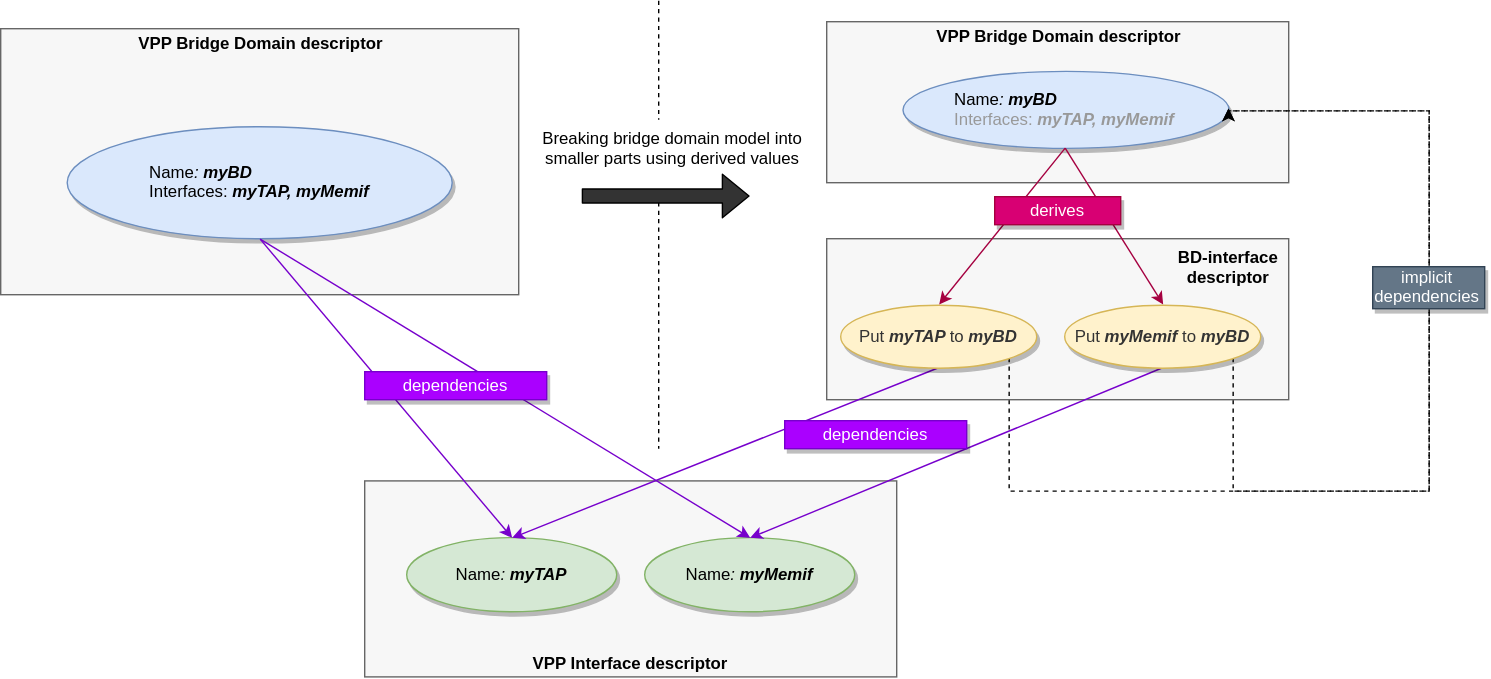
The draw.io diagram docs/kvscheduler/img/derived-values.svg in ligato/vpp-agent, before a commit. Source tidied: cells renumbered, new cells last; positions are measured from the earlier drawing's top-left corner, leaving out a move shared by most shapes.
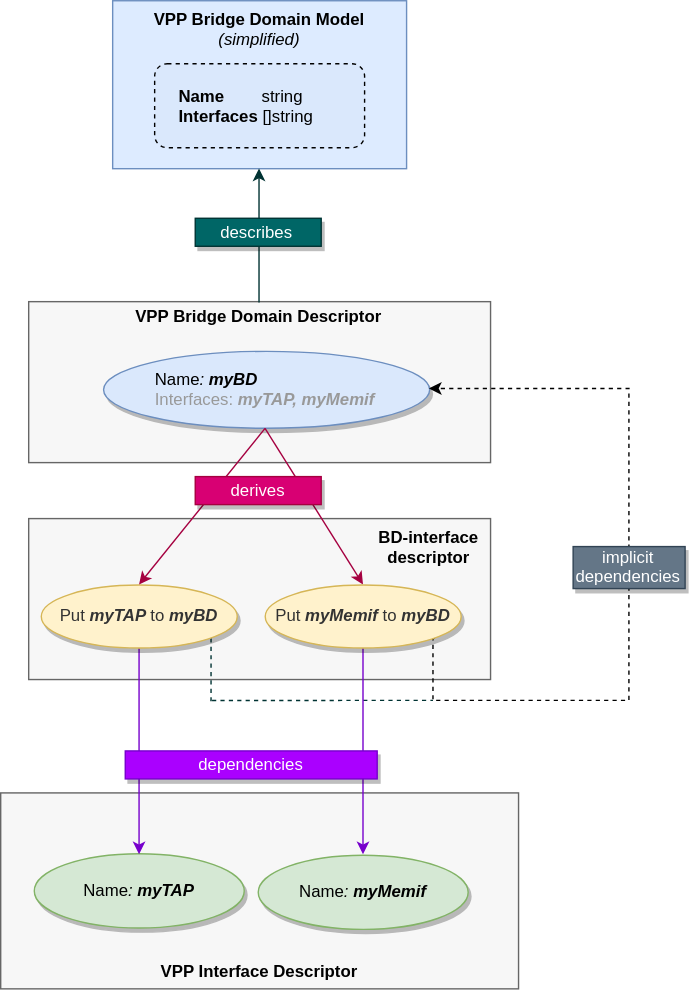
The same file after the commit.

Commit message:
Redraw diagram for derived values

Diff of the diagram source:
```diff
@@ -2,69 +2,50 @@
   <root>
     <mxCell id="0" />
     <mxCell id="1" parent="0" />
-    <mxCell id="2" style="endArrow=none;dashed=1;html=1;strokeColor=#000000;fillColor=#333333;" parent="1" edge="1">
-      <mxGeometry relative="1" as="geometry">
-        <mxPoint x="470" as="sourcePoint" />
-        <mxPoint x="470" y="320" as="targetPoint" />
-      </mxGeometry>
-    </mxCell>
-    <mxCell id="3" style="rounded=0;whiteSpace=wrap;html=1;fillColor=#F7F7F7;strokeColor=#666666;fontColor=#333333;" parent="1" vertex="1">
-      <mxGeometry y="20" width="370" height="190" as="geometry" />
+    <mxCell id="3" value="&lt;div style=&quot;text-align: left&quot;&gt;&lt;/div&gt;" style="rounded=0;whiteSpace=wrap;html=1;fillColor=#DDEBFF;strokeColor=#6c8ebf;" parent="1" vertex="1">
+      <mxGeometry x="651" y="-200" width="210" height="120" as="geometry" />
     </mxCell>
-    <mxCell id="4" value="&lt;b&gt;VPP Bridge Domain descriptor&lt;/b&gt;" style="text;html=1;strokeColor=none;fillColor=none;align=center;verticalAlign=middle;whiteSpace=wrap;rounded=0;" parent="1" vertex="1">
-      <mxGeometry y="20" width="370" height="20" as="geometry" />
-    </mxCell>
-    <mxCell id="5" value="&lt;div style=&quot;text-align: left&quot;&gt;Name&lt;i&gt;:&lt;/i&gt; &lt;i&gt;&lt;b&gt;myBD&lt;/b&gt;&lt;/i&gt;&lt;/div&gt;&lt;div style=&quot;text-align: left&quot;&gt;Interfaces: &lt;b&gt;&lt;i&gt;myTAP, myMemif&lt;/i&gt;&lt;/b&gt;&lt;/div&gt;" style="ellipse;whiteSpace=wrap;html=1;fillColor=#dae8fc;strokeColor=#6c8ebf;gradientColor=none;shadow=1;" parent="1" vertex="1">
-      <mxGeometry x="47.5" y="90" width="275" height="80" as="geometry" />
-    </mxCell>
+    <mxCell id="31" style="rounded=1;whiteSpace=wrap;html=1;dashed=1;fillColor=#DAE8FC;" parent="1" vertex="1">
+      <mxGeometry x="681" y="-155" width="150" height="60" as="geometry" />
+    </mxCell>
     <mxCell id="6" style="rounded=0;whiteSpace=wrap;html=1;fillColor=#F7F7F7;strokeColor=#666666;fontColor=#333333;" parent="1" vertex="1">
-      <mxGeometry x="260" y="343" width="380" height="140" as="geometry" />
+      <mxGeometry x="571" y="366" width="370" height="140" as="geometry" />
     </mxCell>
-    <mxCell id="7" value="&lt;b&gt;VPP Interface descriptor&lt;/b&gt;" style="text;html=1;strokeColor=none;fillColor=none;align=center;verticalAlign=middle;whiteSpace=wrap;rounded=0;" parent="1" vertex="1">
-      <mxGeometry x="260" y="463" width="380" height="20" as="geometry" />
+    <mxCell id="7" value="&lt;b&gt;VPP Interface Descriptor&lt;/b&gt;" style="text;html=1;strokeColor=none;fillColor=none;align=center;verticalAlign=middle;whiteSpace=wrap;rounded=0;" parent="1" vertex="1">
+      <mxGeometry x="571" y="483" width="369" height="20" as="geometry" />
     </mxCell>
     <mxCell id="8" value="&lt;div style=&quot;text-align: left&quot;&gt;Name&lt;i&gt;:&lt;/i&gt; &lt;i&gt;&lt;b&gt;myTAP&lt;/b&gt;&lt;/i&gt;&lt;/div&gt;" style="ellipse;whiteSpace=wrap;html=1;fillColor=#d5e8d4;strokeColor=#82b366;shadow=1;" parent="1" vertex="1">
-      <mxGeometry x="290" y="383" width="150" height="53" as="geometry" />
+      <mxGeometry x="595" y="409.5" width="150" height="53" as="geometry" />
     </mxCell>
     <mxCell id="9" value="&lt;div style=&quot;text-align: left&quot;&gt;Name&lt;i&gt;:&lt;/i&gt; &lt;i&gt;&lt;b&gt;myMemif&lt;/b&gt;&lt;/i&gt;&lt;/div&gt;" style="ellipse;whiteSpace=wrap;html=1;fillColor=#d5e8d4;strokeColor=#82b366;shadow=1;" parent="1" vertex="1">
-      <mxGeometry x="460" y="383" width="150" height="53" as="geometry" />
+      <mxGeometry x="755" y="410" width="150" height="53" as="geometry" />
     </mxCell>
     <mxCell id="10" style="rounded=0;whiteSpace=wrap;html=1;fillColor=#F7F7F7;strokeColor=#666666;fontColor=#333333;" parent="1" vertex="1">
-      <mxGeometry x="590" y="15" width="330" height="115" as="geometry" />
+      <mxGeometry x="591" y="15" width="330" height="115" as="geometry" />
     </mxCell>
+    <mxCell id="32" style="edgeStyle=orthogonalEdgeStyle;rounded=0;jettySize=auto;html=1;exitX=0.5;exitY=0;exitDx=0;exitDy=0;entryX=0.5;entryY=1;entryDx=0;entryDy=0;strokeColor=#003333;" parent="1" edge="1" source="11" target="3">
+      <mxGeometry relative="1" as="geometry" />
+    </mxCell>
-    <mxCell id="11" value="&lt;b&gt;VPP Bridge Domain descriptor&lt;/b&gt;" style="text;html=1;strokeColor=none;fillColor=none;align=center;verticalAlign=middle;whiteSpace=wrap;rounded=0;" parent="1" vertex="1">
+    <mxCell id="11" value="&lt;b&gt;VPP Bridge Domain Descriptor&lt;/b&gt;" style="text;html=1;strokeColor=none;fillColor=none;align=center;verticalAlign=middle;whiteSpace=wrap;rounded=0;" parent="1" vertex="1">
       <mxGeometry x="590" y="15" width="330" height="20" as="geometry" />
     </mxCell>
     <mxCell id="12" value="&lt;div style=&quot;text-align: left&quot;&gt;Name&lt;i&gt;:&lt;/i&gt; &lt;i&gt;&lt;b&gt;myBD&lt;/b&gt;&lt;/i&gt;&lt;/div&gt;&lt;div style=&quot;text-align: left&quot;&gt;&lt;font color=&quot;#999999&quot;&gt;Interfaces: &lt;b&gt;&lt;i&gt;myTAP, myMemif&lt;/i&gt;&lt;/b&gt;&lt;/font&gt;&lt;/div&gt;" style="ellipse;whiteSpace=wrap;html=1;fillColor=#dae8fc;strokeColor=#6c8ebf;gradientColor=none;shadow=1;" parent="1" vertex="1">
       <mxGeometry x="644" y="50" width="233" height="55" as="geometry" />
     </mxCell>
-    <mxCell id="13" style="rounded=0;jettySize=auto;html=1;exitX=0.5;exitY=1;exitDx=0;exitDy=0;fillColor=#6a00ff;entryX=0.5;entryY=0;entryDx=0;entryDy=0;strokeColor=#7700CC;" parent="1" edge="1" source="5" target="8">
-      <mxGeometry relative="1" as="geometry" />
-    </mxCell>
-    <mxCell id="14" style="edgeStyle=none;rounded=0;jettySize=auto;html=1;exitX=0.5;exitY=1;exitDx=0;exitDy=0;entryX=0.5;entryY=0;entryDx=0;entryDy=0;fillColor=#aa00ff;strokeColor=#7700CC;" parent="1" edge="1" source="5" target="9">
-      <mxGeometry relative="1" as="geometry" />
-    </mxCell>
-    <mxCell id="15" value="dependencies" style="text;html=1;strokeColor=#7700CC;fillColor=#aa00ff;align=center;verticalAlign=middle;whiteSpace=wrap;rounded=0;shadow=1;fontColor=#ffffff;" parent="1" vertex="1">
-      <mxGeometry x="260" y="265" width="130" height="20" as="geometry" />
-    </mxCell>
-    <mxCell id="16" value="Breaking bridge domain model into smaller parts using derived values" style="text;html=1;strokeColor=none;fillColor=#ffffff;align=center;verticalAlign=top;whiteSpace=wrap;rounded=0;shadow=0;labelPosition=center;verticalLabelPosition=middle;" parent="1" vertex="1">
-      <mxGeometry x="380" y="85" width="200" height="50" as="geometry" />
-    </mxCell>
     <mxCell id="17" style="rounded=0;whiteSpace=wrap;html=1;fillColor=#F7F7F7;strokeColor=#666666;fontColor=#333333;" parent="1" vertex="1">
-      <mxGeometry x="590" y="170" width="330" height="115" as="geometry" />
+      <mxGeometry x="591" y="170" width="330" height="115" as="geometry" />
     </mxCell>
     <mxCell id="18" style="edgeStyle=none;rounded=0;jettySize=auto;html=1;exitX=0.5;exitY=1;exitDx=0;exitDy=0;entryX=0.5;entryY=0;entryDx=0;entryDy=0;fillColor=#aa00ff;strokeColor=#7700CC;" parent="1" edge="1" source="20" target="8">
       <mxGeometry relative="1" as="geometry" />
     </mxCell>
-    <mxCell id="19" style="edgeStyle=orthogonalEdgeStyle;rounded=0;jettySize=auto;html=1;exitX=1;exitY=1;exitDx=0;exitDy=0;entryX=1;entryY=0.5;entryDx=0;entryDy=0;dashed=1;strokeColor=#000000;fillColor=#333333;" parent="1" edge="1" source="20" target="12">
-      <mxGeometry relative="1" as="geometry">
-        <Array as="points">
-          <mxPoint x="720" y="350" />
-          <mxPoint x="1020" y="350" />
-          <mxPoint x="1020" y="78" />
-        </Array>
-      </mxGeometry>
-    </mxCell>
+    <mxCell id="33" style="edgeStyle=orthogonalEdgeStyle;rounded=0;jettySize=auto;html=1;exitX=1;exitY=1;exitDx=0;exitDy=0;strokeColor=#003333;dashed=1;endArrow=none;endFill=0;" parent="1" edge="1" source="20">
+      <mxGeometry relative="1" as="geometry">
+        <mxPoint x="880" y="300" as="targetPoint" />
+        <Array as="points">
+          <mxPoint x="720" y="300" />
+        </Array>
+      </mxGeometry>
+    </mxCell>
     <mxCell id="20" value="&lt;div style=&quot;text-align: left&quot;&gt;&lt;font color=&quot;#333333&quot;&gt;Put&lt;i style=&quot;font-weight: bold&quot;&gt; myTAP &lt;/i&gt;to &lt;i style=&quot;font-weight: bold&quot;&gt;myBD&lt;/i&gt;&lt;/font&gt;&lt;br&gt;&lt;/div&gt;" style="ellipse;whiteSpace=wrap;html=1;fillColor=#fff2cc;strokeColor=#d6b656;shadow=1;" parent="1" vertex="1">
       <mxGeometry x="600" y="217" width="140" height="45" as="geometry" />
     </mxCell>
@@ -74,9 +55,9 @@
     <mxCell id="22" style="edgeStyle=orthogonalEdgeStyle;rounded=0;jettySize=auto;html=1;exitX=1;exitY=1;exitDx=0;exitDy=0;entryX=1;entryY=0.5;entryDx=0;entryDy=0;dashed=1;strokeColor=#000000;fillColor=#333333;" parent="1" edge="1" source="23" target="12">
       <mxGeometry relative="1" as="geometry">
         <Array as="points">
-          <mxPoint x="880" y="350" />
-          <mxPoint x="1020" y="350" />
-          <mxPoint x="1020" y="78" />
+          <mxPoint x="880" y="300" />
+          <mxPoint x="1020" y="300" />
+          <mxPoint x="1020" y="77" />
         </Array>
       </mxGeometry>
     </mxCell>
@@ -93,7 +74,7 @@
       <mxGeometry x="710" y="140" width="90" height="20" as="geometry" />
     </mxCell>
     <mxCell id="27" value="dependencies" style="text;html=1;strokeColor=#7700CC;fillColor=#aa00ff;align=center;verticalAlign=middle;whiteSpace=wrap;rounded=0;shadow=1;fontColor=#ffffff;" parent="1" vertex="1">
-      <mxGeometry x="560" y="300" width="130" height="20" as="geometry" />
+      <mxGeometry x="660" y="336" width="180" height="20" as="geometry" />
     </mxCell>
     <mxCell id="28" value="&lt;b&gt;BD-interface&lt;br&gt;descriptor&lt;/b&gt;" style="text;html=1;strokeColor=none;fillColor=none;align=center;verticalAlign=middle;whiteSpace=wrap;rounded=0;" parent="1" vertex="1">
       <mxGeometry x="832" y="180" width="90" height="20" as="geometry" />
@@ -101,11 +82,14 @@
     <mxCell id="29" value="implicit dependencies" style="text;html=1;strokeColor=#314354;fillColor=#647687;align=center;verticalAlign=middle;whiteSpace=wrap;rounded=0;shadow=1;fontColor=#ffffff;" parent="1" vertex="1">
       <mxGeometry x="980" y="190" width="80" height="30" as="geometry" />
     </mxCell>
-    <mxCell id="30" style="shape=flexArrow;endArrow=classic;html=1;fillColor=#333333;" parent="1" edge="1">
-      <mxGeometry relative="1" as="geometry">
-        <mxPoint x="415" y="139.5" as="sourcePoint" />
-        <mxPoint x="535" y="139.5" as="targetPoint" />
-      </mxGeometry>
-    </mxCell>
+    <mxCell id="4" value="&lt;b&gt;VPP Bridge Domain Model&lt;br&gt;&lt;/b&gt;&lt;i&gt;(simplified)&lt;/i&gt;" style="text;html=1;strokeColor=none;fillColor=none;align=center;verticalAlign=middle;whiteSpace=wrap;rounded=0;" parent="1" vertex="1">
+      <mxGeometry x="650" y="-190" width="210" height="20" as="geometry" />
+    </mxCell>
+    <mxCell id="34" value="describes" style="text;html=1;strokeColor=#003333;fillColor=#006666;align=center;verticalAlign=middle;whiteSpace=wrap;rounded=0;shadow=1;fontColor=#ffffff;" parent="1" vertex="1">
+      <mxGeometry x="710" y="-44.6" width="90" height="20" as="geometry" />
+    </mxCell>
+    <mxCell id="35" value="&lt;div style=&quot;text-align: left&quot;&gt;&lt;b&gt;Name&amp;nbsp; &amp;nbsp; &amp;nbsp; &amp;nbsp;&amp;nbsp;&lt;/b&gt;string&lt;/div&gt;&lt;div style=&quot;text-align: left&quot;&gt;&lt;b&gt;Interfaces&lt;/b&gt; []string&lt;/div&gt;" style="text;html=1;strokeColor=none;fillColor=none;align=center;verticalAlign=middle;whiteSpace=wrap;rounded=0;dashed=1;" parent="1" vertex="1">
+      <mxGeometry x="681" y="-160" width="130" height="69" as="geometry" />
+    </mxCell>
   </root>
 </mxGraphModel>
```
